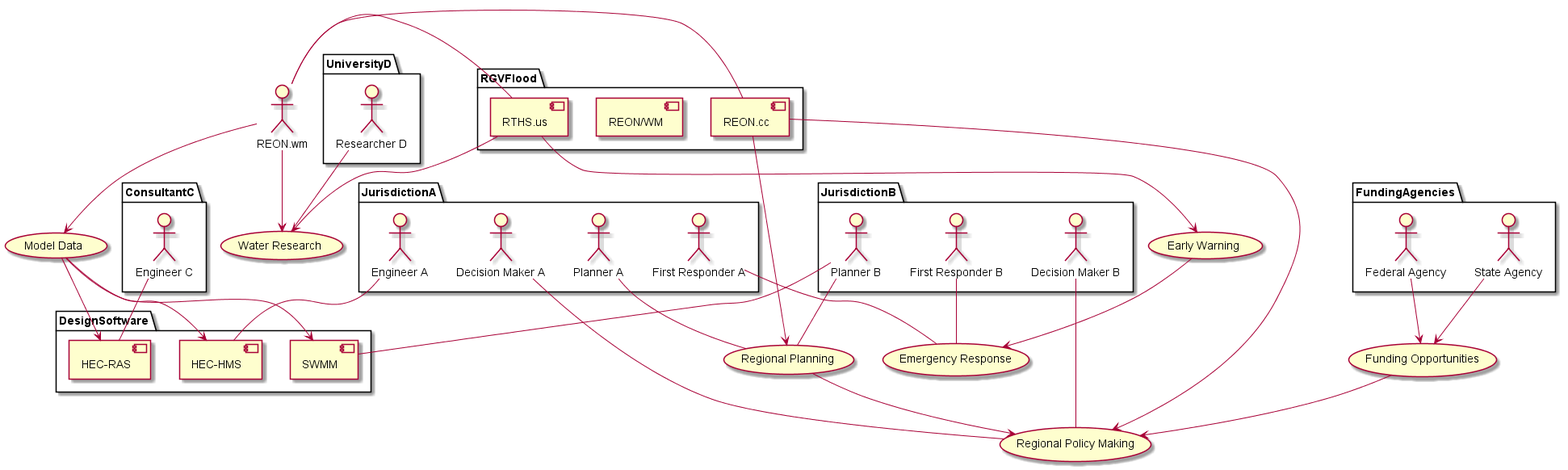
This is docs/predevelopment/use-cases/rgvflood-use-cases.png from linavarro/RGVFlood, a PlantUML export, as it was before one commit. Its diagram source:
```plantuml
@startuml

package JurisdictionA {
    :Decision Maker A: as DeciderA
    :Planner A: as PlannerA
    :Engineer A: as EngineerA
    :First Responder A: as ResponderA
}

package JurisdictionB {
    :Decision Maker B: as DeciderB
    :Planner B: as PlannerB
    :First Responder B: as ResponderB
}

package FundingAgencies {
    :State Agency: as State
    :Federal Agency: as Federal
}

package ConsultantC {
    :Engineer C: as EngineerC
}

package UniversityD {
    :Researcher D: as ResearcherD
}

package RGVFlood {
    [REON.cc]
    [REON/WM]
    [RTHS.us]
}

RTHS.us -- REON.wm
REON.wm -- REON.cc

package DesignSoftware {
    [HEC-HMS] as HMS
    [HEC-RAS] as RAS
    [SWMM]
}

(Regional Policy Making) as PolicyMaking

DeciderA -- PolicyMaking
DeciderB -- PolicyMaking
REON.cc --> PolicyMaking

(Funding Opportunities) as Funding

State --> Funding
Federal --> Funding

(Regional Planning) as Planning

Funding --> PolicyMaking
Planning --> PolicyMaking

PlannerA -- Planning
PlannerB -- Planning
REON.cc --> Planning

(Emergency Response) as Response
(Early Warning) as Warning

ResponderA -- Response
ResponderB -- Response
RTHS.us --> Warning
Warning --> Response

(Model Data) as Model

REON.wm --> Model
Model --> HMS
Model --> RAS
Model --> SWMM

EngineerA -- HMS
EngineerC -- RAS
PlannerB -- SWMM

(Water Research) as Research

RTHS.us --> Research
REON.wm --> Research

ResearcherD -- Research
@enduml
```
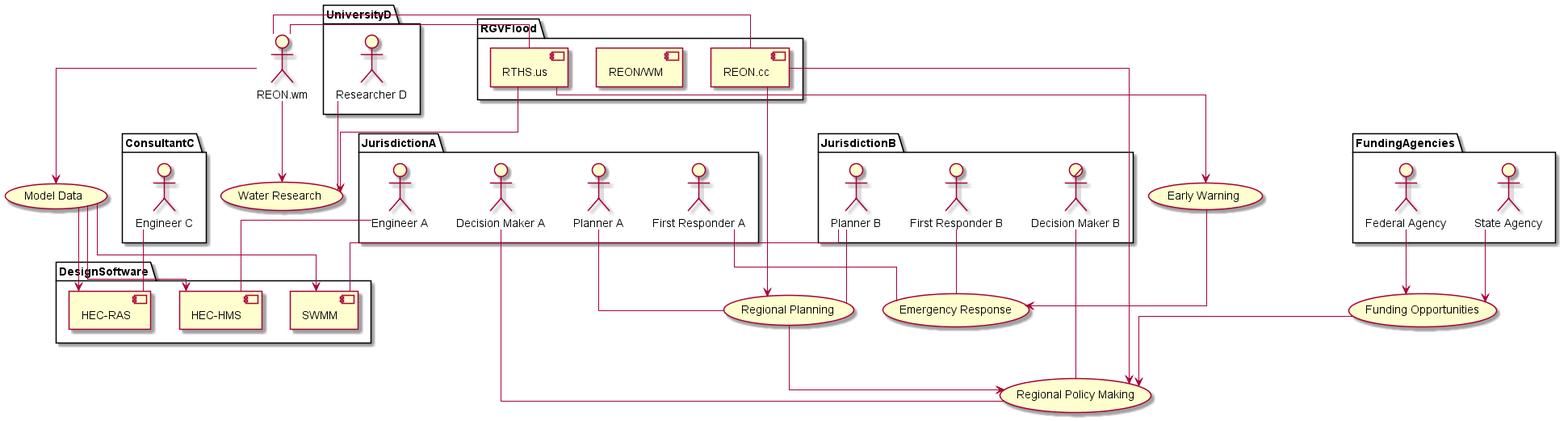
Above is the later version.

Commit message:
working on use cases pre-dev

Change to the diagram source:
```diff
@@ -1,4 +1,5 @@
 @startuml
+skinparam linetype ortho
 
 package JurisdictionA {
     :Decision Maker A: as DeciderA
@@ -8,7 +9,7 @@
 }
 
 package JurisdictionB {
-    :Decision Maker B: as DeciderB
+    :Decision Maker B:/ as DeciderB
     :Planner B: as PlannerB
     :First Responder B: as ResponderB
 }
```
